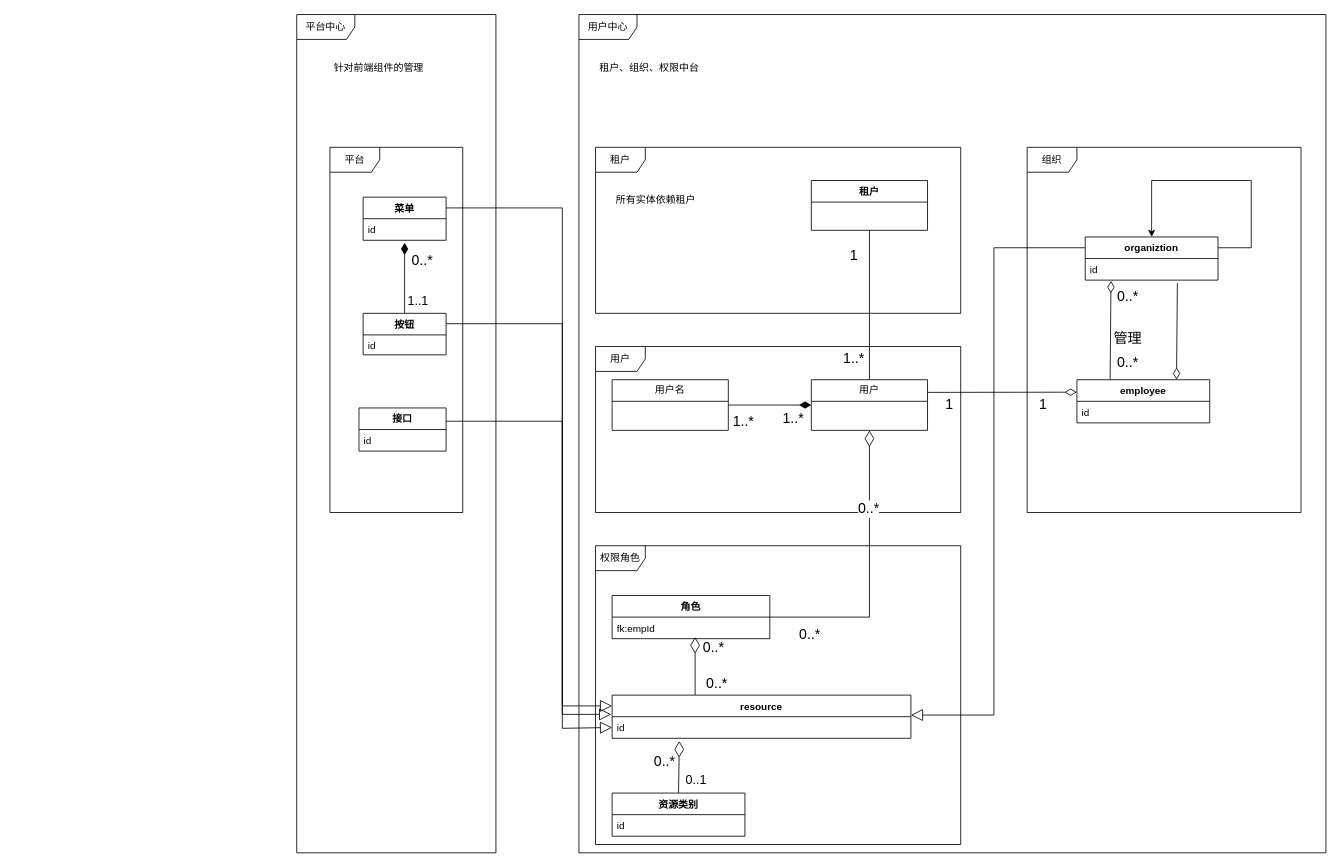
githubli97/ark keeps this draw.io diagram as 未命名绘图.drawio. Above is the earlier version. Source tidied: cells renumbered, new cells numbered last; positions are measured from the earlier drawing's top-left corner, leaving out a move shared by most shapes. Both pictures are drawn from the tidied source at 83%, with x=0, y=0 at pixel (296, 14).
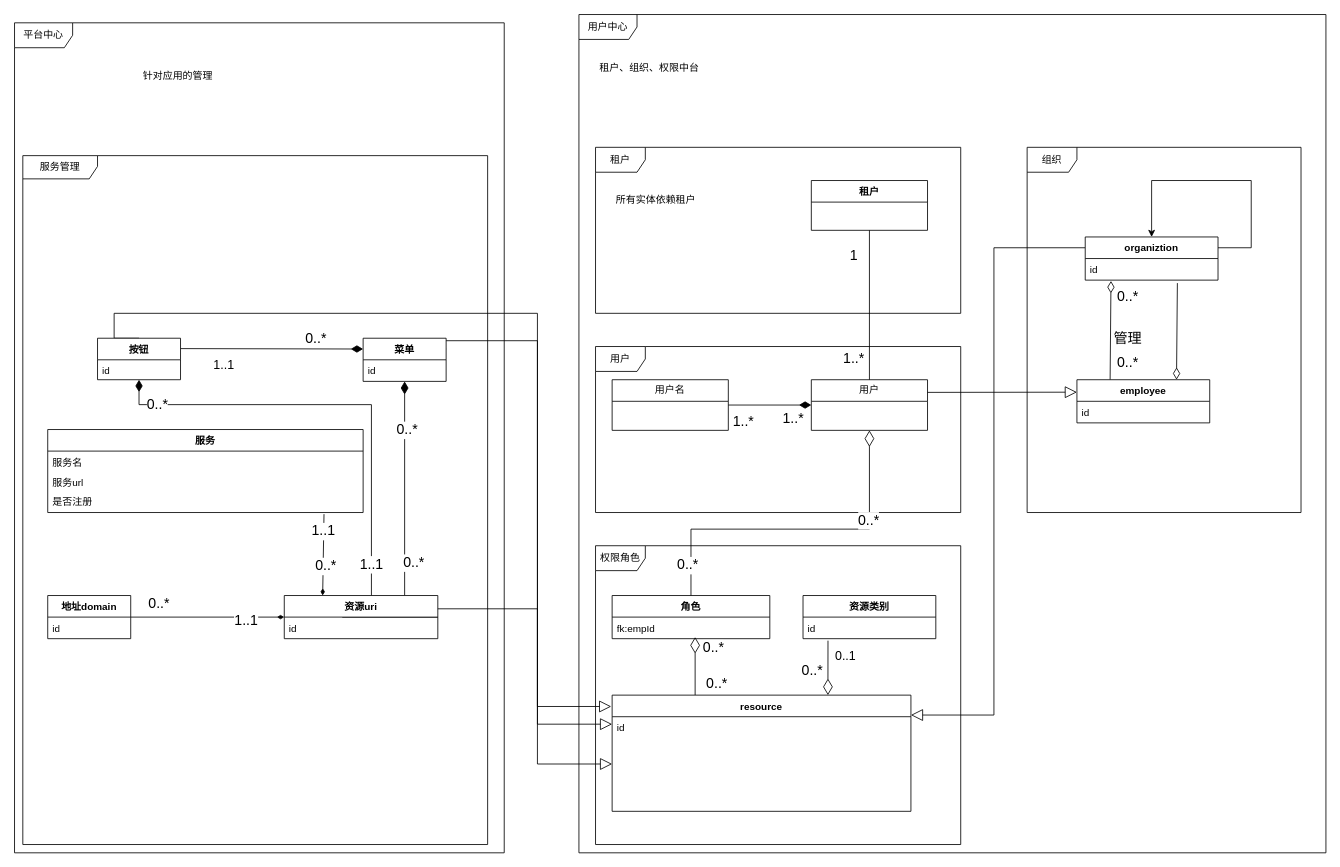
After the change.

Commit message:
更新未命名绘图.drawio

Unchanged cells that the change refers to:
```xml
<mxCell id="27" value="用户" style="swimlane;fontStyle=0;horizontal=1;startSize=26;fillColor=none;whiteSpace=wrap;html=1;" parent="1" vertex="1">
  <mxGeometry x="620" y="440" width="140" height="61" as="geometry" />
</mxCell>
<mxCell id="28" value="角色" style="swimlane;fontStyle=1;align=center;verticalAlign=top;horizontal=1;startSize=26;whiteSpace=wrap;html=1;" parent="1" vertex="1">
  <mxGeometry x="380" y="700" width="190" height="52" as="geometry" />
</mxCell>
<mxCell id="43" value="id" style="text;strokeColor=none;fillColor=none;align=left;verticalAlign=top;spacingLeft=4;spacingRight=4;overflow=hidden;points=[[0,0.5],[1,0.5]];portConstraint=eastwest;whiteSpace=wrap;html=1;" parent="42" vertex="1">
  <mxGeometry y="26" width="160" height="26" as="geometry" />
</mxCell>
<mxCell id="46" value="id" style="text;strokeColor=none;fillColor=none;align=left;verticalAlign=top;spacingLeft=4;spacingRight=4;overflow=hidden;points=[[0,0.5],[1,0.5]];portConstraint=eastwest;whiteSpace=wrap;html=1;" parent="45" vertex="1">
  <mxGeometry y="26" width="100" height="26" as="geometry" />
</mxCell>
```

Diff of the diagram source:
```diff
@@
-    <mxCell id="24" style="rounded=0;jettySize=auto;html=1;exitX=1;exitY=0.25;exitDx=0;exitDy=0;endArrow=diamondThin;endFill=0;endSize=12;" parent="1" edge="1" source="27">
+    <mxCell id="24" style="rounded=0;jettySize=auto;html=1;exitX=1;exitY=0.25;exitDx=0;exitDy=0;endArrow=block;endFill=0;endSize=12;" parent="1" edge="1" source="27">
       <mxGeometry relative="1" as="geometry">
         <mxPoint x="940" y="455" as="targetPoint" />
       </mxGeometry>
     </mxCell>
-    <mxCell id="25" value="&lt;font style=&quot;font-size: 17px;&quot;&gt;1&lt;/font&gt;" style="edgeLabel;html=1;align=center;verticalAlign=middle;" parent="24" vertex="1">
-      <mxGeometry x="-0.7" y="-4" relative="1" as="geometry">
-        <mxPoint x="-2" y="11" as="offset" />
-      </mxGeometry>
-    </mxCell>
-    <mxCell id="26" value="&lt;font style=&quot;font-size: 17px;&quot;&gt;1&lt;/font&gt;" style="edgeLabel;html=1;align=center;verticalAlign=middle;" parent="24" vertex="1">
-      <mxGeometry x="0.54" y="1" relative="1" as="geometry">
-        <mxPoint y="16" as="offset" />
-      </mxGeometry>
-    </mxCell>
@@
     <mxCell id="33" value="resource" style="swimlane;fontStyle=1;align=center;verticalAlign=top;horizontal=1;startSize=26;whiteSpace=wrap;html=1;" parent="1" vertex="1">
-      <mxGeometry x="380" y="820" width="360" height="52" as="geometry" />
+      <mxGeometry x="380" y="820" width="360" height="140" as="geometry" />
     </mxCell>
     <mxCell id="34" value="id" style="text;strokeColor=none;fillColor=none;align=left;verticalAlign=top;spacingLeft=4;spacingRight=4;overflow=hidden;points=[[0,0.5],[1,0.5]];portConstraint=eastwest;whiteSpace=wrap;html=1;" parent="33" vertex="1">
-      <mxGeometry y="26" width="360" height="26" as="geometry" />
+      <mxGeometry y="26" width="360" height="114" as="geometry" />
     </mxCell>
@@
     <mxCell id="36" style="rounded=0;jettySize=auto;html=1;entryX=0.5;entryY=1;entryDx=0;entryDy=0;endArrow=diamondThin;endFill=0;strokeWidth=1;endSize=17;edgeStyle=orthogonalEdgeStyle;" parent="1" edge="1" source="28" target="27">
-      <mxGeometry relative="1" as="geometry" />
+      <mxGeometry relative="1" as="geometry">
+        <Array as="points">
+          <mxPoint x="475" y="620" />
+          <mxPoint x="690" y="620" />
+        </Array>
+      </mxGeometry>
     </mxCell>
@@
-    <mxCell id="39" style="rounded=0;jettySize=auto;html=1;exitX=0.5;exitY=0;exitDx=0;exitDy=0;endArrow=diamondThin;endFill=0;endSize=17;entryX=0.225;entryY=1.131;entryDx=0;entryDy=0;entryPerimeter=0;" parent="1" edge="1" source="42" target="34">
-      <mxGeometry relative="1" as="geometry" />
+    <mxCell id="39" style="rounded=0;jettySize=auto;html=1;exitX=0.188;exitY=1.092;exitDx=0;exitDy=0;endArrow=diamondThin;endFill=0;endSize=17;exitPerimeter=0;" parent="1" edge="1" source="43">
+      <mxGeometry relative="1" as="geometry">
+        <mxPoint x="640" y="820" as="targetPoint" />
+      </mxGeometry>
     </mxCell>
     <mxCell id="40" value="&lt;font style=&quot;font-size: 17px;&quot;&gt;0..*&lt;/font&gt;" style="edgeLabel;html=1;align=center;verticalAlign=middle;" parent="39" vertex="1">
       <mxGeometry x="0.83" y="3" relative="1" as="geometry">
-        <mxPoint x="-15" y="20" as="offset" />
+        <mxPoint x="-23" y="-24" as="offset" />
       </mxGeometry>
     </mxCell>
     <mxCell id="41" value="&lt;font style=&quot;font-size: 15px;&quot;&gt;0..1&lt;/font&gt;" style="edgeLabel;html=1;align=center;verticalAlign=middle;" parent="39" vertex="1">
       <mxGeometry x="-0.71" y="3" relative="1" as="geometry">
-        <mxPoint x="23" y="-7" as="offset" />
+        <mxPoint x="17" y="7" as="offset" />
       </mxGeometry>
     </mxCell>
     <mxCell id="42" value="资源类别" style="swimlane;fontStyle=1;align=center;verticalAlign=top;horizontal=1;startSize=26;whiteSpace=wrap;html=1;" parent="1" vertex="1">
-      <mxGeometry x="380" y="938" width="160" height="52" as="geometry" />
+      <mxGeometry x="610" y="700" width="160" height="52" as="geometry" />
     </mxCell>
@@
     <mxCell id="44" style="edgeStyle=orthogonalEdgeStyle;rounded=0;jettySize=auto;html=1;exitX=1;exitY=0.25;exitDx=0;exitDy=0;endArrow=block;endFill=0;endSize=12;entryX=0;entryY=0.5;entryDx=0;entryDy=0;" parent="1" edge="1" source="45" target="34">
       <mxGeometry relative="1" as="geometry">
         <Array as="points">
-          <mxPoint x="320" y="233" />
-          <mxPoint x="320" y="860" />
+          <mxPoint x="150" y="393" />
+          <mxPoint x="290" y="393" />
+          <mxPoint x="290" y="903" />
         </Array>
       </mxGeometry>
     </mxCell>
+    <mxCell id="62" style="rounded=0;jettySize=auto;html=1;startArrow=diamondThin;startFill=1;endArrow=none;endFill=0;startSize=13;" parent="1" edge="1" source="45">
+      <mxGeometry relative="1" as="geometry">
+        <mxPoint x="130" y="700" as="targetPoint" />
+      </mxGeometry>
+    </mxCell>
+    <mxCell id="63" value="&lt;font style=&quot;font-size: 17px;&quot;&gt;0..*&lt;/font&gt;" style="edgeLabel;html=1;align=center;verticalAlign=middle;" parent="62" vertex="1">
+      <mxGeometry x="-0.88" y="2" relative="1" as="geometry">
+        <mxPoint y="43" as="offset" />
+      </mxGeometry>
+    </mxCell>
+    <mxCell id="64" value="&lt;font style=&quot;font-size: 17px;&quot;&gt;0..*&lt;/font&gt;" style="edgeLabel;html=1;align=center;verticalAlign=middle;" parent="62" vertex="1">
+      <mxGeometry x="0.65" relative="1" as="geometry">
+        <mxPoint x="10" y="5" as="offset" />
+      </mxGeometry>
+    </mxCell>
     <mxCell id="45" value="菜单" style="swimlane;fontStyle=1;align=center;verticalAlign=top;horizontal=1;startSize=26;whiteSpace=wrap;html=1;" parent="1" vertex="1">
-      <mxGeometry x="80" y="220" width="100" height="52" as="geometry" />
+      <mxGeometry x="80" y="390" width="100" height="52" as="geometry" />
     </mxCell>
@@
-    <mxCell id="47" value="平台" style="shape=umlFrame;whiteSpace=wrap;html=1;" parent="1" vertex="1">
-      <mxGeometry x="40" y="160" width="160" height="440" as="geometry" />
-    </mxCell>
-    <mxCell id="48" style="edgeStyle=orthogonalEdgeStyle;rounded=0;jettySize=auto;html=1;exitX=1;exitY=0.25;exitDx=0;exitDy=0;entryX=-0.003;entryY=-0.108;entryDx=0;entryDy=0;endArrow=block;endFill=0;endSize=12;entryPerimeter=0;" parent="1" edge="1" source="49" target="34">
+    <mxCell id="48" style="edgeStyle=orthogonalEdgeStyle;rounded=0;jettySize=auto;html=1;exitX=1;exitY=0.5;exitDx=0;exitDy=0;entryX=-0.003;entryY=-0.108;entryDx=0;entryDy=0;endArrow=block;endFill=0;endSize=12;entryPerimeter=0;" parent="1" edge="1" source="68" target="34">
       <mxGeometry relative="1" as="geometry">
         <Array as="points">
-          <mxPoint x="165" y="490" />
-          <mxPoint x="320" y="490" />
-          <mxPoint x="320" y="843" />
+          <mxPoint x="55" y="716" />
+          <mxPoint x="290" y="716" />
+          <mxPoint x="290" y="834" />
         </Array>
       </mxGeometry>
     </mxCell>
-    <mxCell id="49" value="接口" style="swimlane;fontStyle=1;align=center;verticalAlign=top;horizontal=1;startSize=26;whiteSpace=wrap;html=1;" parent="1" vertex="1">
-      <mxGeometry x="75" y="474" width="105" height="52" as="geometry" />
-    </mxCell>
-    <mxCell id="50" value="id" style="text;strokeColor=none;fillColor=none;align=left;verticalAlign=top;spacingLeft=4;spacingRight=4;overflow=hidden;whiteSpace=wrap;html=1;" parent="49" vertex="1">
-      <mxGeometry y="26" width="105" height="26" as="geometry" />
-    </mxCell>
-    <mxCell id="51" style="rounded=0;jettySize=auto;html=1;exitX=0.5;exitY=0;exitDx=0;exitDy=0;entryX=0.5;entryY=1.115;entryDx=0;entryDy=0;entryPerimeter=0;endArrow=diamondThin;endFill=1;endSize=12;" parent="1" edge="1" source="55" target="46">
+    <mxCell id="51" style="rounded=0;jettySize=auto;html=1;exitX=1;exitY=0.25;exitDx=0;exitDy=0;entryX=0;entryY=0.25;entryDx=0;entryDy=0;endArrow=diamondThin;endFill=1;endSize=12;" parent="1" edge="1" source="55" target="45">
       <mxGeometry relative="1" as="geometry" />
     </mxCell>
     <mxCell id="52" value="&lt;font style=&quot;font-size: 15px;&quot;&gt;1..1&lt;/font&gt;" style="edgeLabel;html=1;align=center;verticalAlign=middle;" parent="51" vertex="1">
       <mxGeometry x="-0.52" y="1" relative="1" as="geometry">
-        <mxPoint x="16" y="3" as="offset" />
+        <mxPoint x="-2" y="20" as="offset" />
       </mxGeometry>
     </mxCell>
     <mxCell id="53" value="&lt;font style=&quot;font-size: 17px;&quot;&gt;0..*&lt;/font&gt;" style="edgeLabel;html=1;align=center;verticalAlign=middle;" parent="51" vertex="1">
       <mxGeometry x="0.58" relative="1" as="geometry">
-        <mxPoint x="20" y="3" as="offset" />
+        <mxPoint x="-11" y="-12" as="offset" />
       </mxGeometry>
     </mxCell>
-    <mxCell id="54" style="rounded=0;jettySize=auto;html=1;exitX=1;exitY=0.25;exitDx=0;exitDy=0;entryX=0;entryY=0.25;entryDx=0;entryDy=0;endArrow=block;endFill=0;endSize=12;edgeStyle=orthogonalEdgeStyle;" parent="1" edge="1" source="55" target="33">
+    <mxCell id="54" style="rounded=0;jettySize=auto;html=1;entryX=0;entryY=0.25;entryDx=0;entryDy=0;endArrow=block;endFill=0;endSize=12;edgeStyle=orthogonalEdgeStyle;exitX=0.5;exitY=0;exitDx=0;exitDy=0;" parent="1" edge="1" source="55" target="33">
       <mxGeometry relative="1" as="geometry">
         <Array as="points">
-          <mxPoint x="320" y="373" />
-          <mxPoint x="320" y="833" />
+          <mxPoint x="-220" y="360" />
+          <mxPoint x="290" y="360" />
+          <mxPoint x="290" y="855" />
         </Array>
       </mxGeometry>
     </mxCell>
     <mxCell id="55" value="按钮" style="swimlane;fontStyle=1;align=center;verticalAlign=top;horizontal=1;startSize=26;whiteSpace=wrap;html=1;" parent="1" vertex="1">
-      <mxGeometry x="80" y="360" width="100" height="50" as="geometry" />
+      <mxGeometry x="-240" y="390" width="100" height="50" as="geometry" />
     </mxCell>
@@
     <mxCell id="59" value="平台中心" style="shape=umlFrame;whiteSpace=wrap;html=1;width=70;height=30;" parent="1" vertex="1">
-      <mxGeometry width="240" height="1010" as="geometry" />
+      <mxGeometry x="-340" y="10" width="590" height="1000" as="geometry" />
     </mxCell>
@@
-    <mxCell id="61" value="&lt;h1&gt;&lt;span style=&quot;background-color: initial; font-size: 12px; font-weight: normal;&quot;&gt;针对前端组件的管理&lt;/span&gt;&lt;br&gt;&lt;/h1&gt;" style="text;html=1;strokeColor=none;fillColor=none;spacing=5;spacingTop=-20;whiteSpace=wrap;overflow=hidden;rounded=0;" parent="1" vertex="1">
-      <mxGeometry x="40" y="40" width="195" height="80" as="geometry" />
+    <mxCell id="61" value="&lt;h1&gt;&lt;span style=&quot;background-color: initial; font-size: 12px; font-weight: normal;&quot;&gt;针对应用的管理&lt;/span&gt;&lt;br&gt;&lt;/h1&gt;" style="text;html=1;strokeColor=none;fillColor=none;spacing=5;spacingTop=-20;whiteSpace=wrap;overflow=hidden;rounded=0;" parent="1" vertex="1">
+      <mxGeometry x="-190" y="50" width="195" height="80" as="geometry" />
     </mxCell>
+    <mxCell id="65" style="edgeStyle=orthogonalEdgeStyle;rounded=0;jettySize=auto;html=1;endArrow=diamondThin;endFill=1;strokeWidth=1;endSize=12;" parent="1" edge="1" source="68" target="55">
+      <mxGeometry relative="1" as="geometry">
+        <Array as="points">
+          <mxPoint x="90" y="470" />
+          <mxPoint x="-190" y="470" />
+        </Array>
+      </mxGeometry>
+    </mxCell>
+    <mxCell id="66" value="&lt;font style=&quot;font-size: 17px;&quot;&gt;1..1&lt;/font&gt;" style="edgeLabel;html=1;align=center;verticalAlign=middle;" parent="65" vertex="1">
+      <mxGeometry x="-0.86" y="1" relative="1" as="geometry" />
+    </mxCell>
+    <mxCell id="67" value="&lt;span style=&quot;font-size: 17px;&quot;&gt;0..*&lt;/span&gt;" style="edgeLabel;html=1;align=center;verticalAlign=middle;" parent="65" vertex="1">
+      <mxGeometry x="0.81" relative="1" as="geometry" />
+    </mxCell>
+    <mxCell id="68" value="资源uri" style="swimlane;fontStyle=1;align=center;verticalAlign=top;horizontal=1;startSize=26;whiteSpace=wrap;html=1;" parent="1" vertex="1">
+      <mxGeometry x="-15" y="700" width="185" height="52" as="geometry" />
+    </mxCell>
+    <mxCell id="69" value="id" style="text;strokeColor=none;fillColor=none;align=left;verticalAlign=top;spacingLeft=4;spacingRight=4;overflow=hidden;whiteSpace=wrap;html=1;" parent="68" vertex="1">
+      <mxGeometry y="26" width="185" height="26" as="geometry" />
+    </mxCell>
+    <mxCell id="70" value="地址domain" style="swimlane;fontStyle=1;align=center;verticalAlign=top;horizontal=1;startSize=26;whiteSpace=wrap;html=1;" parent="1" vertex="1">
+      <mxGeometry x="-300" y="700" width="100" height="52" as="geometry" />
+    </mxCell>
+    <mxCell id="71" value="id" style="text;strokeColor=none;fillColor=none;align=left;verticalAlign=top;spacingLeft=4;spacingRight=4;overflow=hidden;whiteSpace=wrap;html=1;" parent="70" vertex="1">
+      <mxGeometry y="26" width="100" height="26" as="geometry" />
+    </mxCell>
+    <mxCell id="72" style="rounded=0;jettySize=auto;html=1;exitX=0.876;exitY=1.075;exitDx=0;exitDy=0;entryX=0.25;entryY=0;entryDx=0;entryDy=0;endArrow=diamondThin;endFill=1;exitPerimeter=0;" parent="1" edge="1" source="79" target="68">
+      <mxGeometry relative="1" as="geometry" />
+    </mxCell>
+    <mxCell id="73" value="&lt;font style=&quot;font-size: 17px;&quot;&gt;1..1&lt;/font&gt;" style="edgeLabel;html=1;align=center;verticalAlign=middle;" parent="72" vertex="1">
+      <mxGeometry x="-0.75" y="-1" relative="1" as="geometry">
+        <mxPoint y="9" as="offset" />
+      </mxGeometry>
+    </mxCell>
+    <mxCell id="74" value="&lt;font style=&quot;font-size: 17px;&quot;&gt;0..*&lt;/font&gt;" style="edgeLabel;html=1;align=center;verticalAlign=middle;" parent="72" vertex="1">
+      <mxGeometry x="0.64" y="-2" relative="1" as="geometry">
+        <mxPoint x="5" y="-17" as="offset" />
+      </mxGeometry>
+    </mxCell>
+    <mxCell id="75" value="服务管理" style="shape=umlFrame;whiteSpace=wrap;html=1;width=90;height=28;" parent="1" vertex="1">
+      <mxGeometry x="-330" y="170" width="560" height="830" as="geometry" />
+    </mxCell>
+    <mxCell id="76" value="服务" style="swimlane;fontStyle=1;align=center;verticalAlign=top;horizontal=1;startSize=26;whiteSpace=wrap;html=1;" parent="1" vertex="1">
+      <mxGeometry x="-300" y="500" width="380" height="100" as="geometry" />
+    </mxCell>
+    <mxCell id="77" value="服务名" style="text;strokeColor=none;fillColor=none;align=left;verticalAlign=top;spacingLeft=4;spacingRight=4;overflow=hidden;whiteSpace=wrap;html=1;" parent="76" vertex="1">
+      <mxGeometry y="26" width="380" height="24" as="geometry" />
+    </mxCell>
+    <mxCell id="78" value="服务url" style="text;strokeColor=none;fillColor=none;align=left;verticalAlign=top;spacingLeft=4;spacingRight=4;overflow=hidden;whiteSpace=wrap;html=1;" parent="76" vertex="1">
+      <mxGeometry y="50" width="380" height="24" as="geometry" />
+    </mxCell>
+    <mxCell id="79" value="是否注册" style="text;strokeColor=none;fillColor=none;align=left;verticalAlign=top;spacingLeft=4;spacingRight=4;overflow=hidden;points=[[0,0.5],[1,0.5]];portConstraint=eastwest;whiteSpace=wrap;html=1;" parent="76" vertex="1">
+      <mxGeometry y="74" width="380" height="26" as="geometry" />
+    </mxCell>
+    <mxCell id="80" style="rounded=0;jettySize=auto;html=1;endArrow=diamondThin;endFill=1;exitX=1;exitY=0.5;exitDx=0;exitDy=0;entryX=0;entryY=0.5;entryDx=0;entryDy=0;" parent="1" edge="1" source="70" target="68">
+      <mxGeometry relative="1" as="geometry" />
+    </mxCell>
+    <mxCell id="81" value="&lt;font style=&quot;font-size: 17px;&quot;&gt;1..1&lt;/font&gt;" style="edgeLabel;html=1;align=center;verticalAlign=middle;" parent="80" vertex="1">
+      <mxGeometry x="0.64" y="1" relative="1" as="geometry">
+        <mxPoint x="-14" y="5" as="offset" />
+      </mxGeometry>
+    </mxCell>
+    <mxCell id="82" value="&lt;font style=&quot;font-size: 17px;&quot;&gt;0..*&lt;/font&gt;" style="edgeLabel;html=1;align=center;verticalAlign=middle;" parent="80" vertex="1">
+      <mxGeometry x="-0.52" y="-2" relative="1" as="geometry">
+        <mxPoint x="-11" y="-18" as="offset" />
+      </mxGeometry>
+    </mxCell>
```
